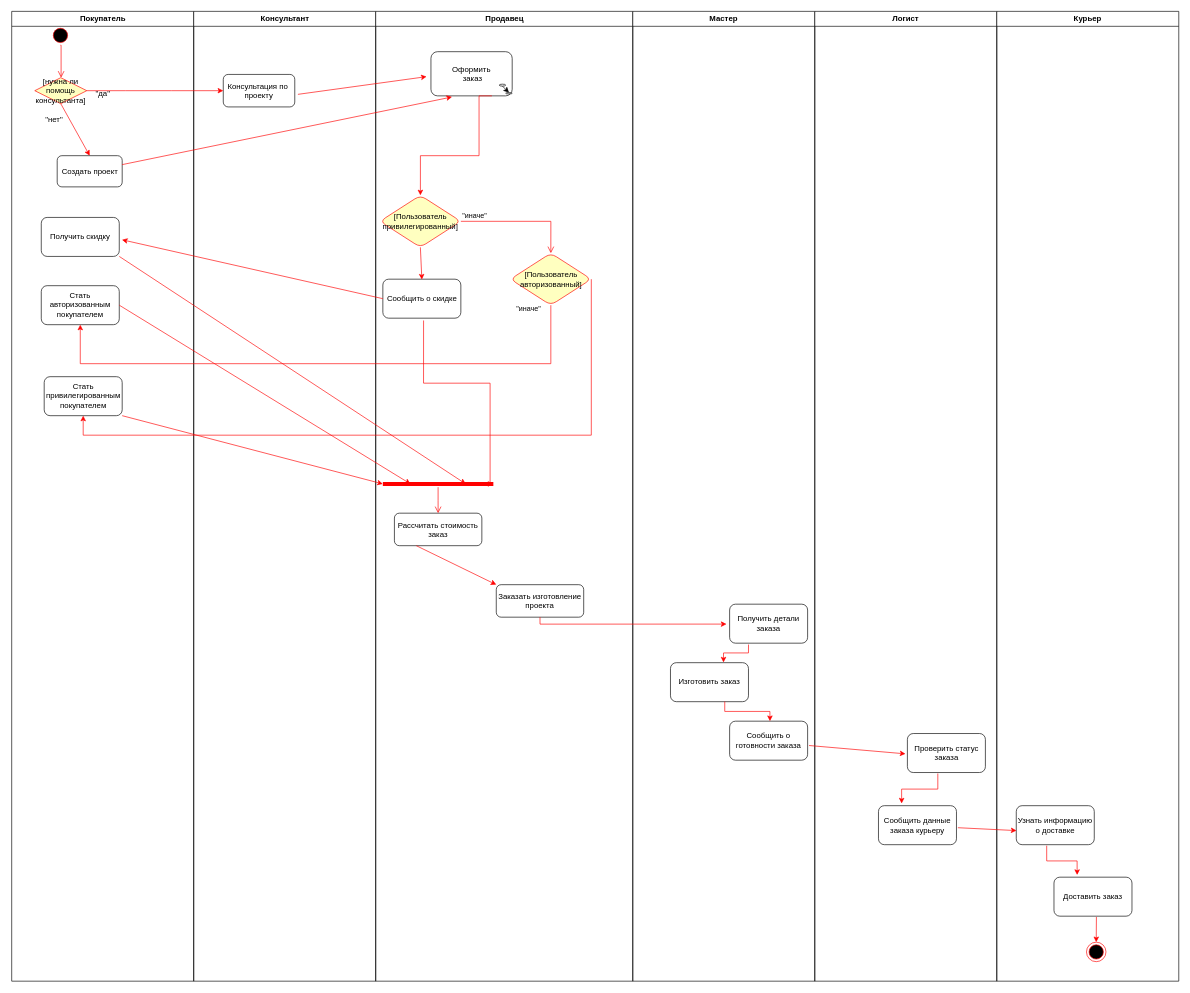
shatanov/IT-exams keeps this draw.io diagram as activity diagram.drawio. Above is the earlier version. Source tidied: cells renumbered, new cells numbered last; positions are measured from the earlier drawing's top-left corner, leaving out a move shared by most shapes. Both pictures are drawn from the tidied source at 65%, with x=0, y=0 at pixel (11, 11).
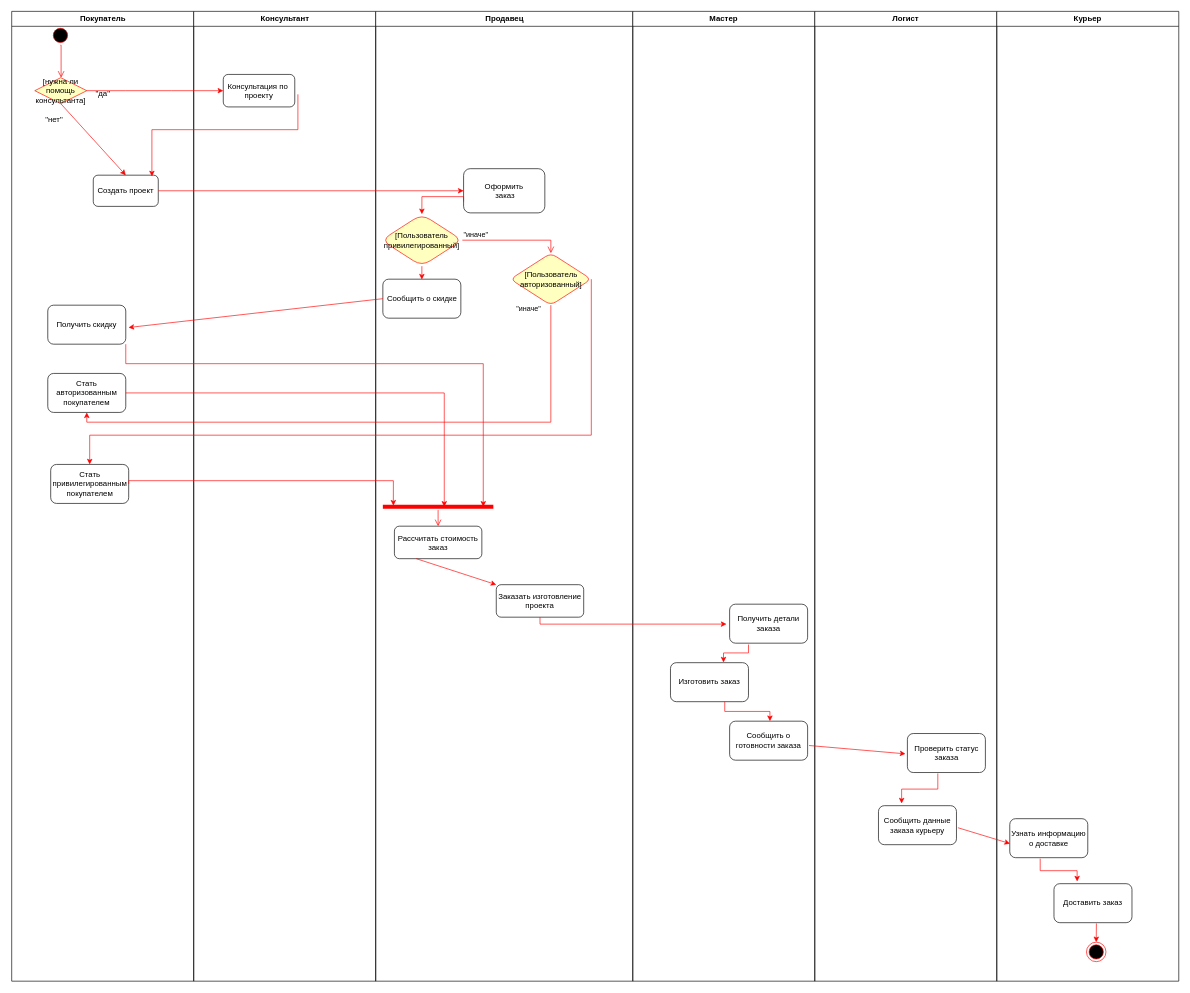
Above is the later version.

The change refers to these unchanged cells:
```xml
<mxCell id="2" value="Покупатель" style="swimlane;whiteSpace=wrap;startSize=23;" parent="1" vertex="1">
  <mxGeometry x="0.5" width="280" height="1492" as="geometry" />
</mxCell>
<mxCell id="14" value="Консультация по &#10;проекту" style="rounded=1;" parent="13" vertex="1">
  <mxGeometry x="45.5" y="97" width="110" height="50" as="geometry" />
</mxCell>
<mxCell id="15" value="Продавец" style="swimlane;whiteSpace=wrap;" parent="1" vertex="1">
  <mxGeometry x="560.5" width="395.5" height="1492" as="geometry" />
</mxCell>
<mxCell id="25" value="Сообщить о скидке" style="rounded=1;whiteSpace=wrap;html=1;" parent="15" vertex="1">
  <mxGeometry x="11" y="412" width="120" height="60" as="geometry" />
</mxCell>
<mxCell id="28" value="[Пользователь&lt;br&gt;авторизованный]" style="rhombus;whiteSpace=wrap;html=1;fillColor=#ffffc0;strokeColor=#ff0000;rounded=1;" parent="15" vertex="1">
  <mxGeometry x="207.2" y="372" width="124.5" height="80" as="geometry" />
</mxCell>
<mxCell id="44" value="Курьер" style="swimlane;whiteSpace=wrap;" parent="1" vertex="1">
  <mxGeometry x="1516" width="280" height="1492" as="geometry" />
</mxCell>
```

Diff of the diagram source:
```diff
@@
     <mxCell id="4" value="Получить скидку" style="rounded=1;whiteSpace=wrap;html=1;" parent="2" vertex="1">
-      <mxGeometry x="45.5" y="317" width="120" height="60" as="geometry" />
+      <mxGeometry x="55.5" y="452" width="120" height="60" as="geometry" />
     </mxCell>
     <mxCell id="5" value="Стать авторизованным покупателем" style="rounded=1;whiteSpace=wrap;html=1;" parent="2" vertex="1">
-      <mxGeometry x="45.5" y="422" width="120" height="60" as="geometry" />
+      <mxGeometry x="55.5" y="557" width="120" height="60" as="geometry" />
     </mxCell>
     <mxCell id="6" value="Стать привилегированным&lt;br&gt;покупателем" style="rounded=1;whiteSpace=wrap;html=1;" parent="2" vertex="1">
-      <mxGeometry x="50" y="562" width="120" height="60" as="geometry" />
+      <mxGeometry x="60" y="697" width="120" height="60" as="geometry" />
     </mxCell>
@@
     <mxCell id="12" value="Создать проект" style="rounded=1;whiteSpace=wrap;html=1;" parent="2" vertex="1">
-      <mxGeometry x="70" y="222" width="100" height="48" as="geometry" />
+      <mxGeometry x="125.5" y="252" width="100" height="48" as="geometry" />
     </mxCell>
@@
     <mxCell id="16" value="Оформить&#10; заказ" style="rounded=1;" parent="15" vertex="1">
-      <mxGeometry x="85" y="62" width="125" height="68" as="geometry" />
+      <mxGeometry x="135.2" y="242" width="125" height="68" as="geometry" />
     </mxCell>
     <mxCell id="17" value="Рассчитать стоимость&#10;заказ" style="rounded=1;" parent="15" vertex="1">
-      <mxGeometry x="28.8" y="772" width="134.5" height="50" as="geometry" />
+      <mxGeometry x="28.8" y="792" width="134.5" height="50" as="geometry" />
     </mxCell>
-    <mxCell id="18" style="ellipse;whiteSpace=wrap;html=1;rounded=1;" parent="15" vertex="1">
-      <mxGeometry x="190" y="112" width="10" height="3" as="geometry" />
-    </mxCell>
-    <mxCell id="19" style="ellipse;whiteSpace=wrap;html=1;rounded=1;" parent="15" vertex="1">
-      <mxGeometry x="200" y="125" width="10" height="2" as="geometry" />
-    </mxCell>
-    <mxCell id="20" style="endArrow=classic;html=1;rounded=0;exitX=0.5;exitY=1;exitDx=0;exitDy=0;entryX=0.5;entryY=0;entryDx=0;entryDy=0;" parent="15" edge="1" source="18" target="19">
-      <mxGeometry relative="1" as="geometry" />
-    </mxCell>
@@
-    <mxCell id="22" style="edgeStyle=orthogonalEdgeStyle;rounded=0;jettySize=auto;html=1;strokeColor=#FF0000;entryX=0.5;entryY=0;entryDx=0;entryDy=0;exitX=0.75;exitY=1;exitDx=0;exitDy=0;" parent="15" edge="1" source="16" target="23">
+    <mxCell id="22" style="edgeStyle=orthogonalEdgeStyle;rounded=0;jettySize=auto;html=1;strokeColor=#FF0000;entryX=0.5;entryY=0;entryDx=0;entryDy=0;exitX=0;exitY=0.75;exitDx=0;exitDy=0;" parent="15" edge="1" source="16" target="23">
       <mxGeometry relative="1" as="geometry">
         <Array as="points">
-          <mxPoint x="159" y="130" />
-          <mxPoint x="159" y="222" />
-          <mxPoint x="69" y="222" />
+          <mxPoint x="135" y="285" />
+          <mxPoint x="71" y="285" />
         </Array>
       </mxGeometry>
     </mxCell>
-    <mxCell id="23" value="[Пользователь&lt;br&gt;привилегированный]" style="rhombus;whiteSpace=wrap;html=1;fillColor=#ffffc0;strokeColor=#ff0000;rounded=1;" parent="15" vertex="1">
-      <mxGeometry x="6.5" y="283" width="124.5" height="80" as="geometry" />
+    <mxCell id="23" value="[Пользователь&lt;br&gt;привилегированный]" style="rhombus;whiteSpace=wrap;html=1;fillColor=#ffffc0;strokeColor=#ff0000;rounded=1;arcSize=31;" parent="15" vertex="1">
+      <mxGeometry x="8.8" y="312" width="124.5" height="80" as="geometry" />
     </mxCell>
@@
-    <mxCell id="27" style="endArrow=classic;html=1;rounded=0;strokeColor=#FF0000;exitX=0.522;exitY=1.059;exitDx=0;exitDy=0;exitPerimeter=0;edgeStyle=orthogonalEdgeStyle;entryX=1;entryY=0.5;entryDx=0;entryDy=0;entryPerimeter=0;" parent="15" edge="1" source="25" target="31">
-      <mxGeometry relative="1" as="geometry">
-        <Array as="points">
-          <mxPoint x="74" y="572" />
-          <mxPoint x="176" y="572" />
-        </Array>
-      </mxGeometry>
-    </mxCell>
@@
     <mxCell id="31" style="shape=line;html=1;strokeWidth=6;strokeColor=#ff0000;" parent="15" vertex="1">
-      <mxGeometry x="11" y="722" width="170" height="10" as="geometry" />
+      <mxGeometry x="11" y="757" width="170" height="10" as="geometry" />
     </mxCell>
@@
-    <mxCell id="33" style="endArrow=classic;strokeColor=#FF0000;endFill=1;rounded=0;entryX=0.259;entryY=1.025;entryDx=0;entryDy=0;entryPerimeter=0;startArrow=none;" parent="1" edge="1" source="12" target="16">
+    <mxCell id="33" style="endArrow=classic;strokeColor=#FF0000;endFill=1;rounded=0;startArrow=none;entryX=0;entryY=0.5;entryDx=0;entryDy=0;" parent="1" edge="1" source="12" target="16">
       <mxGeometry relative="1" as="geometry" />
     </mxCell>
@@
     <mxCell id="45" value="Доставить заказ" style="rounded=1;whiteSpace=wrap;html=1;" parent="44" vertex="1">
-      <mxGeometry x="88" y="1332" width="120" height="60" as="geometry" />
+      <mxGeometry x="88" y="1342" width="120" height="60" as="geometry" />
     </mxCell>
     <mxCell id="46" value="Узнать информацию о доставке" style="rounded=1;whiteSpace=wrap;html=1;" parent="44" vertex="1">
-      <mxGeometry x="30" y="1222" width="120" height="60" as="geometry" />
+      <mxGeometry x="20" y="1242" width="120" height="60" as="geometry" />
     </mxCell>
@@
     <mxCell id="54" style="endArrow=classic;html=1;rounded=0;strokeColor=#FF0000;exitX=0.5;exitY=1;exitDx=0;exitDy=0;entryX=0.5;entryY=1;entryDx=0;entryDy=0;edgeStyle=elbowEdgeStyle;" parent="1" edge="1" source="28" target="5">
       <mxGeometry relative="1" as="geometry">
         <Array as="points">
-          <mxPoint x="456" y="542" />
+          <mxPoint x="216" y="632" />
+          <mxPoint x="830" y="572" />
         </Array>
       </mxGeometry>
     </mxCell>
-    <mxCell id="55" style="endArrow=classic;html=1;rounded=0;fontSize=11;strokeColor=#FF0000;entryX=0.5;entryY=1;entryDx=0;entryDy=0;edgeStyle=orthogonalEdgeStyle;exitX=1;exitY=0.5;exitDx=0;exitDy=0;" parent="1" edge="1" source="28" target="6">
+    <mxCell id="55" style="endArrow=classic;html=1;rounded=0;fontSize=11;strokeColor=#FF0000;entryX=0.5;entryY=0;entryDx=0;entryDy=0;edgeStyle=orthogonalEdgeStyle;exitX=1;exitY=0.5;exitDx=0;exitDy=0;" parent="1" edge="1" source="28" target="6">
       <mxGeometry relative="1" as="geometry">
         <Array as="points">
           <mxPoint x="892" y="652" />
-          <mxPoint x="110" y="652" />
+          <mxPoint x="121" y="652" />
+          <mxPoint x="121" y="697" />
         </Array>
       </mxGeometry>
     </mxCell>
-    <mxCell id="56" style="endArrow=classic;html=1;rounded=0;fontSize=11;strokeColor=#FF0000;exitX=1.044;exitY=0.613;exitDx=0;exitDy=0;exitPerimeter=0;entryX=-0.054;entryY=0.565;entryDx=0;entryDy=0;entryPerimeter=0;" parent="1" edge="1" source="14" target="16">
-      <mxGeometry relative="1" as="geometry" />
+    <mxCell id="56" style="endArrow=classic;html=1;rounded=0;fontSize=11;strokeColor=#FF0000;exitX=1.044;exitY=0.613;exitDx=0;exitDy=0;exitPerimeter=0;entryX=0.902;entryY=0.038;entryDx=0;entryDy=0;edgeStyle=orthogonalEdgeStyle;entryPerimeter=0;" parent="1" edge="1" source="14" target="12">
+      <mxGeometry relative="1" as="geometry">
+        <Array as="points">
+          <mxPoint x="441" y="182" />
+          <mxPoint x="216" y="182" />
+        </Array>
+      </mxGeometry>
     </mxCell>
@@
-    <mxCell id="58" style="endArrow=classic;html=1;rounded=0;strokeColor=#FF0000;exitX=1;exitY=0.5;exitDx=0;exitDy=0;entryX=0.25;entryY=0.5;entryDx=0;entryDy=0;entryPerimeter=0;" parent="1" edge="1" source="5" target="31">
-      <mxGeometry relative="1" as="geometry" />
+    <mxCell id="58" style="endArrow=classic;html=1;rounded=0;strokeColor=#FF0000;exitX=1;exitY=0.5;exitDx=0;exitDy=0;edgeStyle=orthogonalEdgeStyle;" parent="1" edge="1" source="5">
+      <mxGeometry relative="1" as="geometry">
+        <mxPoint x="666" y="762" as="targetPoint" />
+        <Array as="points">
+          <mxPoint x="666" y="587" />
+          <mxPoint x="666" y="762" />
+        </Array>
+      </mxGeometry>
     </mxCell>
-    <mxCell id="59" style="endArrow=classic;html=1;rounded=0;strokeColor=#FF0000;exitX=1;exitY=1;exitDx=0;exitDy=0;entryX=0.75;entryY=0.5;entryDx=0;entryDy=0;entryPerimeter=0;" parent="1" edge="1" source="4" target="31">
-      <mxGeometry relative="1" as="geometry" />
+    <mxCell id="59" style="endArrow=classic;html=1;rounded=0;strokeColor=#FF0000;exitX=1;exitY=1;exitDx=0;exitDy=0;edgeStyle=orthogonalEdgeStyle;" parent="1" edge="1" source="4">
+      <mxGeometry relative="1" as="geometry">
+        <mxPoint x="726" y="762" as="targetPoint" />
+        <Array as="points">
+          <mxPoint x="176" y="542" />
+          <mxPoint x="726" y="542" />
+          <mxPoint x="726" y="762" />
+        </Array>
+      </mxGeometry>
     </mxCell>
-    <mxCell id="60" style="endArrow=classic;html=1;rounded=0;strokeColor=#FF0000;exitX=1;exitY=1;exitDx=0;exitDy=0;entryX=0;entryY=0.5;entryDx=0;entryDy=0;entryPerimeter=0;" parent="1" edge="1" source="6" target="31">
-      <mxGeometry relative="1" as="geometry" />
+    <mxCell id="60" style="endArrow=classic;html=1;rounded=0;strokeColor=#FF0000;exitX=1;exitY=0.5;exitDx=0;exitDy=0;edgeStyle=orthogonalEdgeStyle;entryX=0.095;entryY=0.338;entryDx=0;entryDy=0;entryPerimeter=0;" parent="1" edge="1" source="6" target="31">
+      <mxGeometry relative="1" as="geometry">
+        <Array as="points">
+          <mxPoint x="180" y="722" />
+          <mxPoint x="588" y="722" />
+        </Array>
+      </mxGeometry>
     </mxCell>
```
